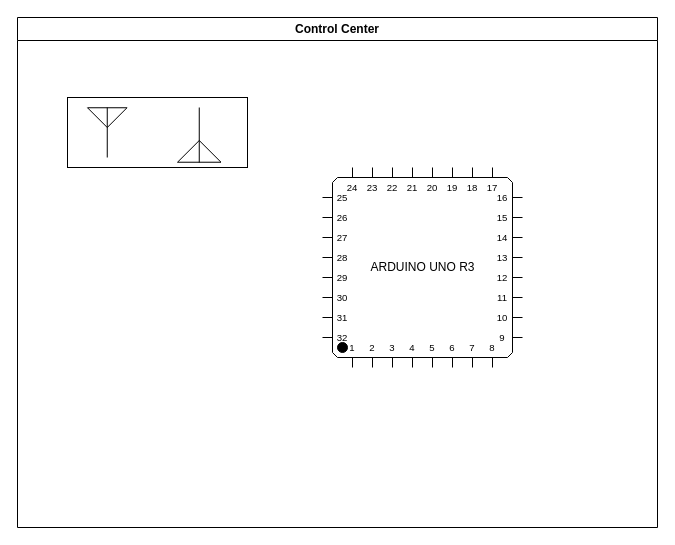
Above: control_center.drawio in DevPrinceK/final_project_architecture_design (draw.io), before the change. Source tidied: cells renumbered, new cells numbered last; positions are measured from the earlier drawing's top-left corner, leaving out a move shared by most shapes. Both pictures are drawn from the tidied source at 100%, with x=0, y=0 at pixel (17, 17).
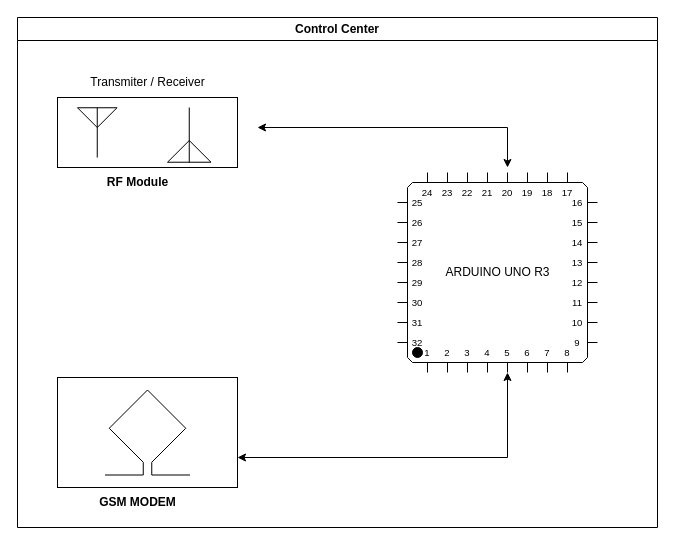
Above is the later version.

The edit, as a diff of the source:
```diff
@@
 <mxGraphModel>
   <root>
     <mxCell id="0" />
     <mxCell id="1" parent="0" />
     <mxCell id="2" value="Control Center" style="swimlane;whiteSpace=wrap;html=1;" parent="1" vertex="1">
       <mxGeometry width="640" height="510" as="geometry" />
     </mxCell>
     <mxCell id="3" value="ARDUINO UNO R3" style="shadow=0;dashed=0;align=center;html=1;strokeWidth=1;shape=mxgraph.electrical.logic_gates.qfp_ic;labelNames=a,b,c,d,e,f,g,h,i,j,k,l,m,n,o,p,q,r,s,t,u,v,w,x,y,z,a1,b1,c1,d1,e1,f1,g1,h1,i1,j1,k1,l1,m1,n1;" parent="2" vertex="1">
-      <mxGeometry x="305" y="150" width="200" height="200" as="geometry" />
+      <mxGeometry x="380" y="155" width="200" height="200" as="geometry" />
     </mxCell>
     <mxCell id="4" style="rounded=0;whiteSpace=wrap;html=1;" parent="2" vertex="1">
-      <mxGeometry x="50" y="80" width="180" height="70" as="geometry" />
+      <mxGeometry x="40" y="80" width="180" height="70" as="geometry" />
     </mxCell>
     <mxCell id="5" style="verticalLabelPosition=bottom;shadow=0;dashed=0;align=center;html=1;verticalAlign=top;shape=mxgraph.electrical.radio.aerial_-_antenna_2;" parent="2" vertex="1">
-      <mxGeometry x="70" y="90" width="39.5" height="50" as="geometry" />
+      <mxGeometry x="60" y="90" width="39.5" height="50" as="geometry" />
     </mxCell>
     <mxCell id="6" style="verticalLabelPosition=bottom;shadow=0;dashed=0;align=center;html=1;verticalAlign=top;shape=mxgraph.electrical.radio.aerial_-_antenna_2;direction=west;" parent="2" vertex="1">
-      <mxGeometry x="160" y="90" width="43.5" height="55" as="geometry" />
+      <mxGeometry x="150" y="90" width="43.5" height="55" as="geometry" />
     </mxCell>
+    <mxCell id="7" value="RF Module" style="text;html=1;align=center;verticalAlign=middle;strokeColor=none;fillColor=none;fontStyle=1;" parent="2" vertex="1">
+      <mxGeometry x="80" y="150" width="80" height="30" as="geometry" />
+    </mxCell>
+    <mxCell id="8" value="Transmiter&lt;span style=&quot;white-space: pre;&quot;&gt; &lt;/span&gt;/&lt;span style=&quot;white-space: pre;&quot;&gt; &lt;/span&gt;Receiver" style="text;html=1;align=center;verticalAlign=middle;strokeColor=none;fillColor=none;" parent="2" vertex="1">
+      <mxGeometry x="40" y="50" width="180" height="30" as="geometry" />
+    </mxCell>
+    <mxCell id="9" style="endArrow=classic;startArrow=classic;html=1;rounded=0;" parent="2" edge="1">
+      <mxGeometry relative="1" as="geometry">
+        <mxPoint x="240" y="110" as="sourcePoint" />
+        <mxPoint x="490" y="150" as="targetPoint" />
+        <Array as="points">
+          <mxPoint x="490" y="110" />
+        </Array>
+      </mxGeometry>
+    </mxCell>
+    <mxCell id="10" style="rounded=0;whiteSpace=wrap;html=1;" parent="2" vertex="1">
+      <mxGeometry x="40" y="360" width="180" height="110" as="geometry" />
+    </mxCell>
+    <mxCell id="11" value="GSM MODEM" style="text;html=1;align=center;verticalAlign=middle;strokeColor=none;fillColor=none;fontStyle=1;" parent="2" vertex="1">
+      <mxGeometry x="70" y="470" width="100" height="30" as="geometry" />
+    </mxCell>
+    <mxCell id="12" style="verticalLabelPosition=bottom;shadow=0;dashed=0;align=center;html=1;verticalAlign=top;shape=mxgraph.electrical.miscellaneous.loop_antenna;" parent="2" vertex="1">
+      <mxGeometry x="87.5" y="372.5" width="85" height="85" as="geometry" />
+    </mxCell>
+    <mxCell id="13" style="endArrow=classic;startArrow=classic;html=1;rounded=0;entryX=0;entryY=1;entryDx=110;entryDy=0;entryPerimeter=0;" parent="2" edge="1" target="3">
+      <mxGeometry relative="1" as="geometry">
+        <mxPoint x="220" y="440" as="sourcePoint" />
+        <Array as="points">
+          <mxPoint x="490" y="440" />
+        </Array>
+      </mxGeometry>
+    </mxCell>
   </root>
 </mxGraphModel>
```
